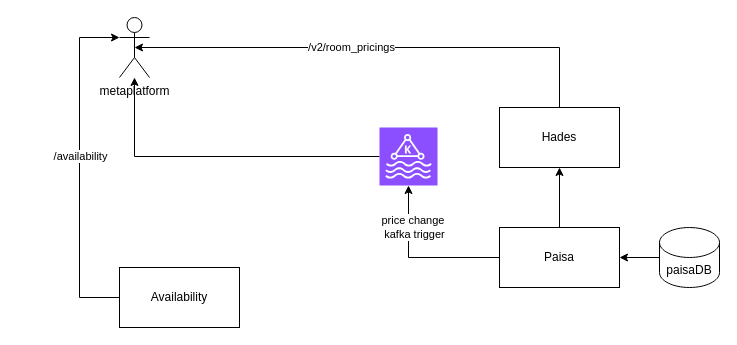
The draw.io diagram gvr.drawio in kapiloyo/kapiloyo, before the edit. Source tidied: cells renumbered, new cells numbered last; positions are measured from the earlier drawing's top-left corner, leaving out a move shared by most shapes. Both pictures are drawn from the tidied source at 100%, with x=0, y=0 at pixel (79, 17).
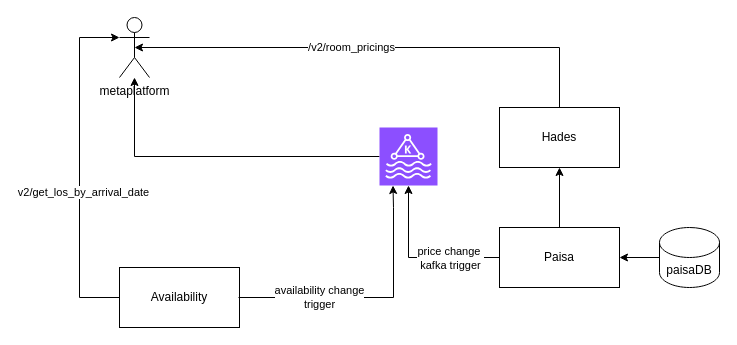
Above is the later version.

The change refers to these unchanged cells:
```xml
<mxCell id="10" style="edgeStyle=orthogonalEdgeStyle;rounded=0;jettySize=auto;html=1;entryX=0.5;entryY=1;entryDx=0;entryDy=0;entryPerimeter=0;exitX=0;exitY=0.5;exitDx=0;exitDy=0;" parent="1" edge="1" source="6" target="9">
  <mxGeometry relative="1" as="geometry">
    <Array as="points">
      <mxPoint x="329" y="240" />
    </Array>
  </mxGeometry>
</mxCell>
<mxCell id="14" style="edgeStyle=orthogonalEdgeStyle;rounded=0;jettySize=auto;html=1;entryX=0;entryY=0.3333333333333333;entryDx=0;entryDy=0;exitX=0;exitY=0.5;exitDx=0;exitDy=0;entryPerimeter=0;" parent="1" edge="1" source="16" target="2">
  <mxGeometry relative="1" as="geometry">
    <Array as="points">
      <mxPoint y="280" />
      <mxPoint y="20" />
    </Array>
  </mxGeometry>
</mxCell>
```

The edit, as a diff of the source:
```diff
@@
     <mxCell id="11" value="price change&amp;nbsp;&lt;div&gt;kafka trigger&lt;/div&gt;" style="edgeLabel;html=1;align=center;verticalAlign=middle;" parent="10" vertex="1">
       <mxGeometry x="0.35" relative="1" as="geometry">
-        <mxPoint x="5" y="-12" as="offset" />
+        <mxPoint x="41" y="19" as="offset" />
       </mxGeometry>
     </mxCell>
@@
-    <mxCell id="15" value="/availability" style="edgeLabel;html=1;align=center;verticalAlign=middle;" parent="14" vertex="1">
-      <mxGeometry x="0.07" relative="1" as="geometry" />
+    <mxCell id="15" value="v2/get_los_by_arrival_date" style="edgeLabel;html=1;align=center;verticalAlign=middle;" parent="14" vertex="1">
+      <mxGeometry x="0.07" relative="1" as="geometry">
+        <mxPoint x="3" y="36" as="offset" />
+      </mxGeometry>
     </mxCell>
@@
+    <mxCell id="17" style="edgeStyle=orthogonalEdgeStyle;rounded=0;orthogonalLoop=1;jettySize=auto;html=1;entryX=0.25;entryY=1;entryDx=0;entryDy=0;entryPerimeter=0;" parent="1" edge="1">
+      <mxGeometry relative="1" as="geometry">
+        <mxPoint x="159" y="280" as="sourcePoint" />
+        <mxPoint x="313.5" y="168" as="targetPoint" />
+        <Array as="points">
+          <mxPoint x="314" y="280" />
+          <mxPoint x="314" y="190" />
+        </Array>
+      </mxGeometry>
+    </mxCell>
+    <mxCell id="18" value="availability change&lt;div&gt;trigger&lt;/div&gt;" style="edgeLabel;html=1;align=center;verticalAlign=middle;" parent="17" vertex="1">
+      <mxGeometry x="-0.03" y="1" relative="1" as="geometry">
+        <mxPoint x="-49" as="offset" />
+      </mxGeometry>
+    </mxCell>
```
